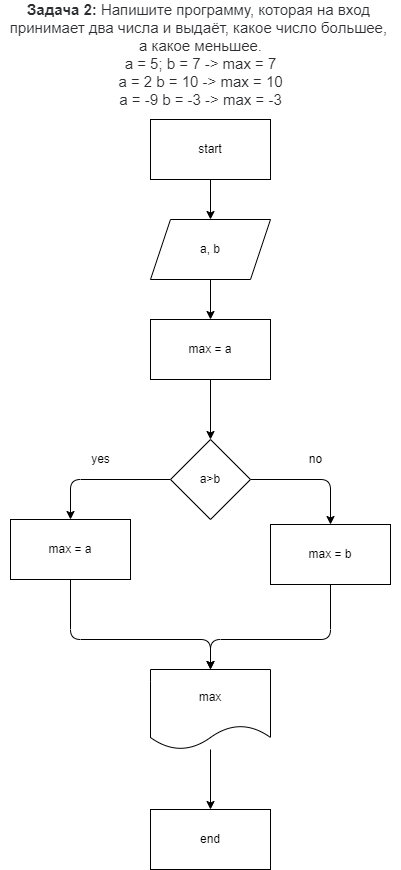
Before: Homework1/Task2/Decision.drawio.png, a diagram exported from draw.io (katrin535/dotnet). Source tidied: cells renumbered, new cells last; positions are measured from the earlier drawing's top-left corner, leaving out a move shared by most shapes.
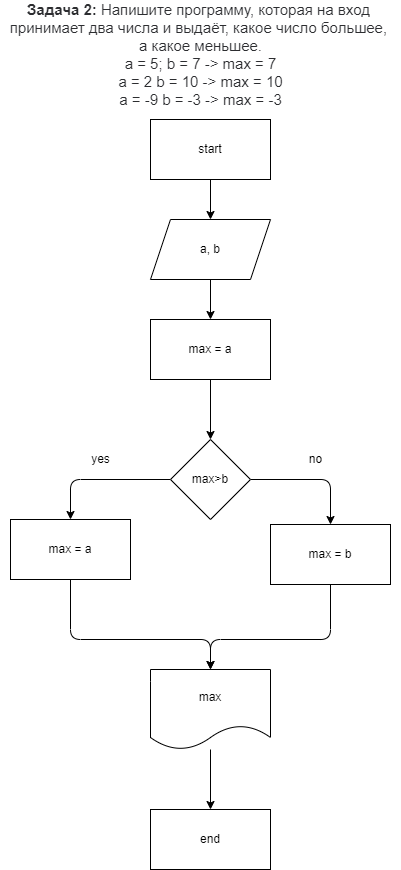
The same file after the commit.

Change to the diagram source:
```diff
@@ -40,7 +40,7 @@
         </Array>
       </mxGeometry>
     </mxCell>
-    <mxCell id="12" value="a&amp;gt;b" style="rhombus;whiteSpace=wrap;html=1;" parent="1" vertex="1">
+    <mxCell id="12" value="max&amp;gt;b" style="rhombus;whiteSpace=wrap;html=1;" parent="1" vertex="1">
       <mxGeometry x="170" y="430" width="80" height="80" as="geometry" />
     </mxCell>
     <mxCell id="13" style="edgeStyle=none;html=1;" parent="1" edge="1" source="14" target="17">
```
